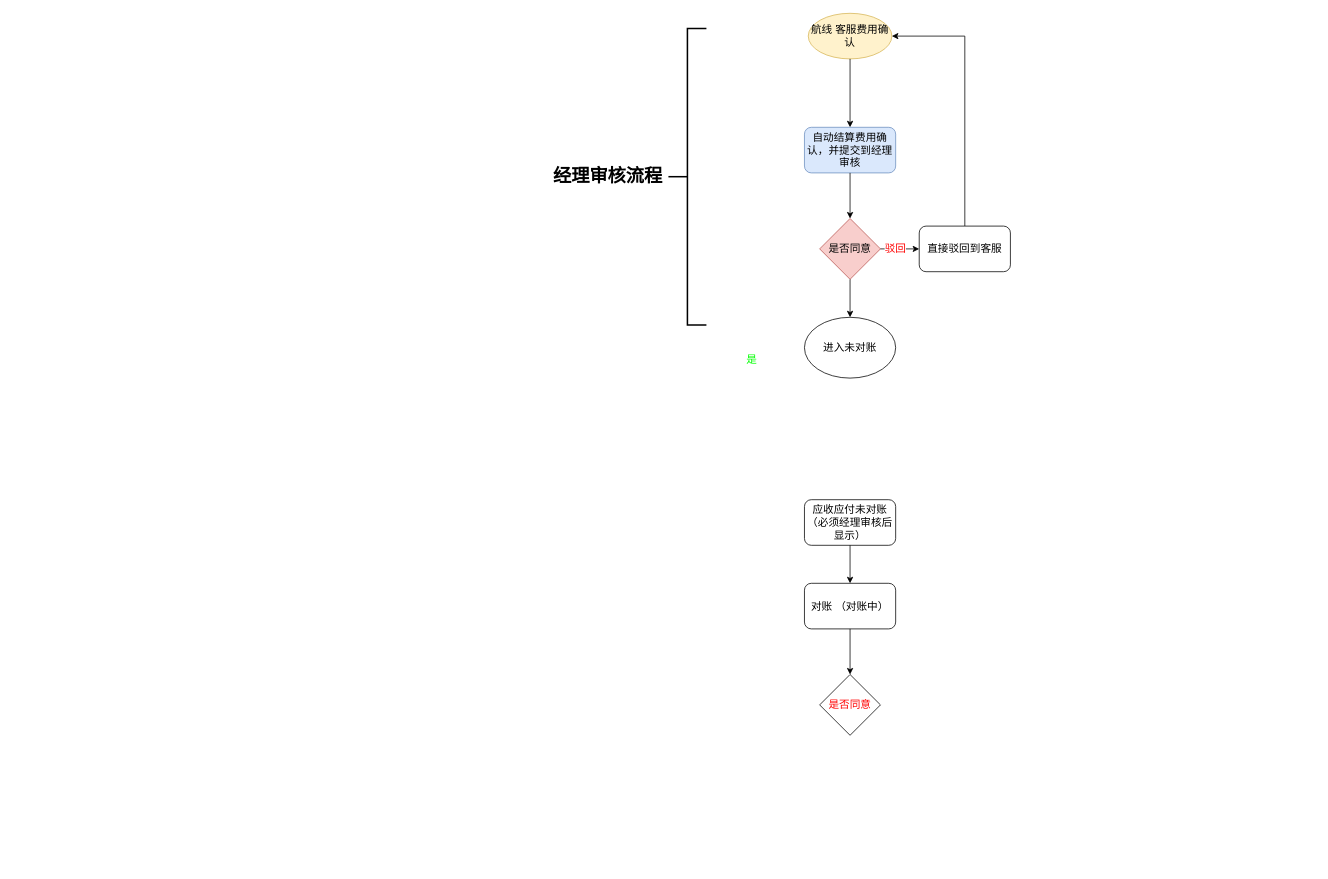
Before: 未命名绘图.drawio in DiggingSteve/Flow, a draw.io diagram. Source tidied: cells renumbered, new cells numbered last; positions are measured from the earlier drawing's top-left corner, leaving out a move shared by most shapes. Both pictures are drawn from the tidied source at 76%, with x=0, y=0 at pixel (569, 13).
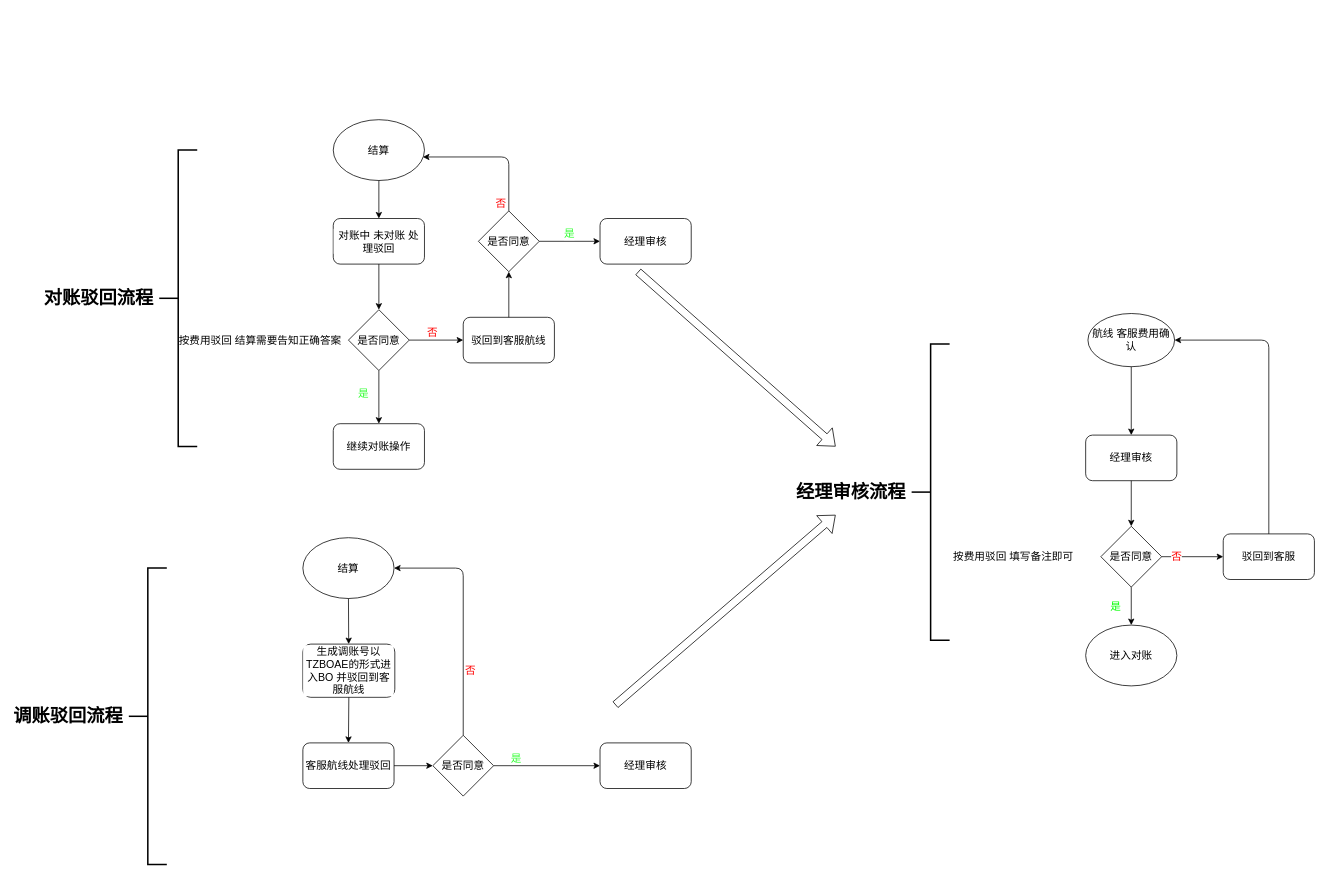
The same page after the edit.

Commit message:
更新未命名绘图.drawio

The edit, as a diff of the source:
```diff
@@
-    <mxCell id="2" value="航线 客服费用确认" style="ellipse;whiteSpace=wrap;html=1;fillColor=#fff2cc;strokeColor=#d6b656;fontSize=14;" parent="1" vertex="1">
-      <mxGeometry x="314" width="110" height="60" as="geometry" />
+    <mxCell id="2" value="航线 客服费用确认" style="ellipse;whiteSpace=wrap;html=1;fontSize=14;fillColor=none;" parent="1" vertex="1">
+      <mxGeometry x="682" y="395" width="114" height="70" as="geometry" />
     </mxCell>
@@
-    <mxCell id="4" value="应收应付未对账（必须经理审核后显示）" style="rounded=1;whiteSpace=wrap;html=1;fontSize=14;" parent="1" vertex="1">
-      <mxGeometry x="309" y="640" width="120" height="60" as="geometry" />
-    </mxCell>
-    <mxCell id="5" value="&lt;span style=&quot;font-size: 14px;&quot;&gt;自动结算费用确认，并提交到经理审核&lt;/span&gt;" style="rounded=1;whiteSpace=wrap;html=1;fillColor=#dae8fc;strokeColor=#6c8ebf;fontSize=14;" parent="1" vertex="1">
-      <mxGeometry x="309" y="150" width="120" height="60" as="geometry" />
+    <mxCell id="5" value="经理审核" style="rounded=1;whiteSpace=wrap;html=1;fontSize=14;fillColor=none;" parent="1" vertex="1">
+      <mxGeometry x="679" y="555" width="120" height="60" as="geometry" />
     </mxCell>
-    <mxCell id="6" value="是否同意" style="rhombus;whiteSpace=wrap;html=1;fillColor=#f8cecc;strokeColor=#b85450;fontSize=14;" parent="1" vertex="1">
-      <mxGeometry x="329" y="270" width="80" height="80" as="geometry" />
+    <mxCell id="6" value="是否同意" style="rhombus;whiteSpace=wrap;html=1;fontSize=14;" parent="1" vertex="1">
+      <mxGeometry x="699" y="675" width="80" height="80" as="geometry" />
     </mxCell>
     <mxCell id="7" value="是" style="text;html=1;strokeColor=none;fillColor=none;align=center;verticalAlign=middle;whiteSpace=wrap;rounded=0;labelBackgroundColor=#ffffff;fontSize=14;fontColor=#00FF00;" parent="1" vertex="1">
-      <mxGeometry x="190" y="420" width="100" height="70" as="geometry" />
+      <mxGeometry x="669" y="745" width="100" height="70" as="geometry" />
     </mxCell>
@@
-    <mxCell id="9" style="edgeStyle=orthogonalEdgeStyle;rounded=0;jettySize=auto;html=1;fontSize=14;fontColor=#FF0000;entryX=1;entryY=0.5;entryDx=0;entryDy=0;" parent="1" edge="1" source="10" target="2">
-      <mxGeometry relative="1" as="geometry">
-        <Array as="points">
-          <mxPoint x="520" y="30" />
-        </Array>
-      </mxGeometry>
-    </mxCell>
-    <mxCell id="10" value="&lt;font color=&quot;#000000&quot;&gt;直接驳回到客服&lt;/font&gt;" style="rounded=1;whiteSpace=wrap;html=1;labelBackgroundColor=#ffffff;fontSize=14;fontColor=#00FF00;" parent="1" vertex="1">
-      <mxGeometry x="460" y="280" width="120" height="60" as="geometry" />
+    <mxCell id="10" value="&lt;font color=&quot;#000000&quot;&gt;驳回到客服&lt;/font&gt;" style="rounded=1;whiteSpace=wrap;html=1;labelBackgroundColor=#ffffff;fontSize=14;fontColor=#00FF00;" parent="1" vertex="1">
+      <mxGeometry x="860" y="685" width="120" height="60" as="geometry" />
     </mxCell>
@@
-    <mxCell id="12" value="驳回" style="text;html=1;strokeColor=none;fillColor=none;align=center;verticalAlign=middle;whiteSpace=wrap;rounded=0;labelBackgroundColor=#ffffff;fontSize=14;fontColor=#FF0000;" parent="1" vertex="1">
-      <mxGeometry x="409" y="300" width="40" height="20" as="geometry" />
+    <mxCell id="12" value="否" style="text;html=1;strokeColor=none;fillColor=none;align=center;verticalAlign=middle;whiteSpace=wrap;rounded=0;labelBackgroundColor=#ffffff;fontSize=14;fontColor=#FF0000;" parent="1" vertex="1">
+      <mxGeometry x="779" y="705" width="40" height="20" as="geometry" />
     </mxCell>
     <mxCell id="13" style="strokeWidth=2;html=1;shape=mxgraph.flowchart.annotation_2;align=left;labelPosition=right;labelBackgroundColor=#ffffff;fontSize=14;fontColor=#FF0000;" parent="1" vertex="1">
-      <mxGeometry x="130" y="20" width="50" height="390" as="geometry" />
+      <mxGeometry x="450" y="435" width="50" height="390" as="geometry" />
     </mxCell>
     <mxCell id="14" value="经理审核流程" style="text;strokeColor=none;fillColor=none;html=1;fontSize=24;fontStyle=1;verticalAlign=middle;align=center;labelBackgroundColor=#ffffff;" parent="1" vertex="1">
-      <mxGeometry y="195" width="100" height="40" as="geometry" />
+      <mxGeometry x="320" y="610" width="100" height="40" as="geometry" />
     </mxCell>
-    <mxCell id="15" value="&lt;font color=&quot;#000000&quot;&gt;对账 （对账中）&lt;/font&gt;" style="rounded=1;whiteSpace=wrap;html=1;labelBackgroundColor=#ffffff;fontSize=14;fontColor=#FF0000;" parent="1" vertex="1">
-      <mxGeometry x="309" y="750" width="120" height="60" as="geometry" />
+    <mxCell id="15" value="&lt;font color=&quot;#000000&quot;&gt;对账中 未对账 处理驳回&lt;/font&gt;" style="rounded=1;whiteSpace=wrap;html=1;labelBackgroundColor=#ffffff;fontSize=14;fontColor=#FF0000;" parent="1" vertex="1">
+      <mxGeometry x="-311" y="270" width="120" height="60" as="geometry" />
     </mxCell>
-    <mxCell id="16" value="是否同意" style="rhombus;whiteSpace=wrap;html=1;labelBackgroundColor=#ffffff;fontSize=14;fontColor=#FF0000;" parent="1" vertex="1">
-      <mxGeometry x="329" y="870" width="80" height="80" as="geometry" />
+    <mxCell id="16" value="&lt;font color=&quot;#000000&quot;&gt;是否同意&lt;/font&gt;" style="rhombus;whiteSpace=wrap;html=1;labelBackgroundColor=#ffffff;fontSize=14;fontColor=#FF0000;" parent="1" vertex="1">
+      <mxGeometry x="-291" y="390" width="80" height="80" as="geometry" />
     </mxCell>
-    <mxCell id="17" style="endArrow=classic;html=1;fontSize=14;fontColor=#FF0000;exitX=0.5;exitY=1;exitDx=0;exitDy=0;" parent="1" edge="1" source="4" target="15">
-      <mxGeometry relative="1" as="geometry" />
-    </mxCell>
@@
     <mxCell id="19" style="endArrow=classic;html=1;fontSize=14;fontColor=#FF0000;exitX=0.5;exitY=1;exitDx=0;exitDy=0;" parent="1" edge="1" source="6">
       <mxGeometry relative="1" as="geometry">
-        <mxPoint x="369" y="400" as="targetPoint" />
+        <mxPoint x="739" y="805" as="targetPoint" />
       </mxGeometry>
     </mxCell>
-    <mxCell id="20" value="&lt;font color=&quot;#000000&quot;&gt;进入未对账&lt;/font&gt;" style="ellipse;whiteSpace=wrap;html=1;labelBackgroundColor=#ffffff;fontSize=14;fontColor=#FF0000;" parent="1" vertex="1">
-      <mxGeometry x="309" y="400" width="120" height="80" as="geometry" />
+    <mxCell id="20" value="&lt;font color=&quot;#000000&quot;&gt;进入对账&lt;/font&gt;" style="ellipse;whiteSpace=wrap;html=1;labelBackgroundColor=#ffffff;fontSize=14;fontColor=#FF0000;" parent="1" vertex="1">
+      <mxGeometry x="679" y="805" width="120" height="80" as="geometry" />
     </mxCell>
+    <mxCell id="21" style="endArrow=classic;html=1;fontSize=14;fontColor=#FF0000;exitX=0.5;exitY=1;exitDx=0;exitDy=0;" parent="1" edge="1" source="16">
+      <mxGeometry relative="1" as="geometry">
+        <mxPoint x="-251" y="540" as="targetPoint" />
+      </mxGeometry>
+    </mxCell>
+    <mxCell id="22" style="endArrow=classic;html=1;fontSize=14;fontColor=#FF0000;exitX=1;exitY=0.5;exitDx=0;exitDy=0;" parent="1" edge="1" source="16">
+      <mxGeometry relative="1" as="geometry">
+        <mxPoint x="-140" y="430" as="targetPoint" />
+      </mxGeometry>
+    </mxCell>
+    <mxCell id="23" value="否" style="text;html=1;strokeColor=none;fillColor=none;align=center;verticalAlign=middle;whiteSpace=wrap;rounded=0;labelBackgroundColor=#ffffff;fontSize=14;fontColor=#FF0000;" parent="1" vertex="1">
+      <mxGeometry x="-200" y="410" width="40" height="20" as="geometry" />
+    </mxCell>
+    <mxCell id="24" value="&lt;font color=&quot;#33ff33&quot;&gt;是&lt;/font&gt;" style="text;html=1;strokeColor=none;fillColor=none;align=center;verticalAlign=middle;whiteSpace=wrap;rounded=0;labelBackgroundColor=#ffffff;fontSize=14;fontColor=#FF0000;" parent="1" vertex="1">
+      <mxGeometry x="-291" y="490" width="40" height="20" as="geometry" />
+    </mxCell>
+    <mxCell id="25" value="&lt;font color=&quot;#000000&quot;&gt;继续对账操作&lt;/font&gt;" style="rounded=1;whiteSpace=wrap;html=1;labelBackgroundColor=#ffffff;fontSize=14;fontColor=#FF0000;" parent="1" vertex="1">
+      <mxGeometry x="-311" y="540" width="120" height="60" as="geometry" />
+    </mxCell>
+    <mxCell id="26" value="&lt;font color=&quot;#000000&quot;&gt;驳回到客服航线&lt;/font&gt;" style="rounded=1;whiteSpace=wrap;html=1;labelBackgroundColor=#ffffff;fontSize=14;fontColor=#FF0000;" parent="1" vertex="1">
+      <mxGeometry x="-140" y="400" width="120" height="60" as="geometry" />
+    </mxCell>
+    <mxCell id="27" value="经理审核" style="rounded=1;whiteSpace=wrap;html=1;labelBackgroundColor=#ffffff;fontSize=14;" parent="1" vertex="1">
+      <mxGeometry x="40" y="270" width="120" height="60" as="geometry" />
+    </mxCell>
+    <mxCell id="28" value="是否同意" style="rhombus;whiteSpace=wrap;html=1;labelBackgroundColor=#ffffff;fontSize=14;" parent="1" vertex="1">
+      <mxGeometry x="-120" y="260" width="80" height="80" as="geometry" />
+    </mxCell>
+    <mxCell id="29" style="endArrow=classic;html=1;fontSize=14;fontColor=#FF0000;exitX=0.5;exitY=0;exitDx=0;exitDy=0;entryX=0.5;entryY=1;entryDx=0;entryDy=0;" parent="1" edge="1" source="26" target="28">
+      <mxGeometry relative="1" as="geometry" />
+    </mxCell>
+    <mxCell id="30" style="endArrow=classic;html=1;fontSize=14;fontColor=#FF0000;entryX=0.983;entryY=0.613;entryDx=0;entryDy=0;entryPerimeter=0;exitX=0.5;exitY=0;exitDx=0;exitDy=0;" parent="1" edge="1" source="28" target="32">
+      <mxGeometry relative="1" as="geometry">
+        <Array as="points">
+          <mxPoint x="-80" y="189" />
+        </Array>
+      </mxGeometry>
+    </mxCell>
+    <mxCell id="31" value="否" style="text;html=1;strokeColor=none;fillColor=none;align=center;verticalAlign=middle;whiteSpace=wrap;rounded=0;labelBackgroundColor=#ffffff;fontSize=14;fontColor=#FF0000;" parent="1" vertex="1">
+      <mxGeometry x="-110" y="240" width="40" height="20" as="geometry" />
+    </mxCell>
+    <mxCell id="32" value="结算" style="ellipse;whiteSpace=wrap;html=1;labelBackgroundColor=#ffffff;fontSize=14;" parent="1" vertex="1">
+      <mxGeometry x="-311" y="140" width="120" height="80" as="geometry" />
+    </mxCell>
+    <mxCell id="33" style="endArrow=classic;html=1;fontSize=14;fontColor=#FF0000;exitX=0.5;exitY=1;exitDx=0;exitDy=0;" parent="1" edge="1" source="32" target="15">
+      <mxGeometry relative="1" as="geometry" />
+    </mxCell>
+    <mxCell id="34" style="endArrow=classic;html=1;fontSize=14;fontColor=#000000;entryX=0;entryY=0.5;entryDx=0;entryDy=0;exitX=1;exitY=0.5;exitDx=0;exitDy=0;" parent="1" edge="1" source="28" target="27">
+      <mxGeometry relative="1" as="geometry" />
+    </mxCell>
+    <mxCell id="35" value="&lt;font color=&quot;#33ff33&quot;&gt;是&lt;/font&gt;" style="text;html=1;strokeColor=none;fillColor=none;align=center;verticalAlign=middle;whiteSpace=wrap;rounded=0;labelBackgroundColor=#ffffff;fontSize=14;fontColor=#FF0000;" parent="1" vertex="1">
+      <mxGeometry x="-20" y="280" width="40" height="20" as="geometry" />
+    </mxCell>
+    <mxCell id="36" value="按费用驳回 结算需要告知正确答案" style="text;html=1;strokeColor=none;fillColor=none;align=center;verticalAlign=middle;whiteSpace=wrap;rounded=0;labelBackgroundColor=#ffffff;fontSize=14;" parent="1" vertex="1">
+      <mxGeometry x="-522" y="420" width="230" height="20" as="geometry" />
+    </mxCell>
+    <mxCell id="37" style="strokeWidth=2;html=1;shape=mxgraph.flowchart.annotation_2;align=left;labelPosition=right;labelBackgroundColor=#ffffff;fontSize=14;fontColor=#FF0000;" parent="1" vertex="1">
+      <mxGeometry x="-540" y="180" width="50" height="390" as="geometry" />
+    </mxCell>
+    <mxCell id="38" value="对账驳回流程" style="text;strokeColor=none;fillColor=none;html=1;fontSize=24;fontStyle=1;verticalAlign=middle;align=center;labelBackgroundColor=#ffffff;" parent="1" vertex="1">
+      <mxGeometry x="-670" y="355" width="100" height="40" as="geometry" />
+    </mxCell>
+    <mxCell id="39" style="endArrow=classic;html=1;fontSize=14;fontColor=#000000;entryX=1;entryY=0.5;entryDx=0;entryDy=0;" parent="1" edge="1" target="2">
+      <mxGeometry relative="1" as="geometry">
+        <mxPoint x="920" y="685" as="sourcePoint" />
+        <Array as="points">
+          <mxPoint x="920" y="430" />
+        </Array>
+      </mxGeometry>
+    </mxCell>
+    <mxCell id="40" value="按费用驳回 填写备注即可" style="text;html=1;strokeColor=none;fillColor=none;align=center;verticalAlign=middle;whiteSpace=wrap;rounded=0;labelBackgroundColor=#ffffff;fontSize=14;" parent="1" vertex="1">
+      <mxGeometry x="469" y="705" width="230" height="20" as="geometry" />
+    </mxCell>
+    <mxCell id="41" value="&lt;font color=&quot;#000000&quot;&gt;生成调账号以TZBOAE的形式进入BO 并驳回到客服航线&lt;/font&gt;" style="rounded=1;whiteSpace=wrap;html=1;labelBackgroundColor=#ffffff;fontSize=14;fontColor=#FF0000;" parent="1" vertex="1">
+      <mxGeometry x="-351" y="830" width="121" height="70" as="geometry" />
+    </mxCell>
+    <mxCell id="42" value="经理审核" style="rounded=1;whiteSpace=wrap;html=1;labelBackgroundColor=#ffffff;fontSize=14;" parent="1" vertex="1">
+      <mxGeometry x="40" y="960" width="120" height="60" as="geometry" />
+    </mxCell>
+    <mxCell id="43" value="结算" style="ellipse;whiteSpace=wrap;html=1;labelBackgroundColor=#ffffff;fontSize=14;" parent="1" vertex="1">
+      <mxGeometry x="-351" y="690" width="120" height="80" as="geometry" />
+    </mxCell>
+    <mxCell id="44" style="endArrow=classic;html=1;fontSize=14;fontColor=#FF0000;exitX=0.5;exitY=1;exitDx=0;exitDy=0;" parent="1" edge="1" source="43" target="41">
+      <mxGeometry relative="1" as="geometry" />
+    </mxCell>
+    <mxCell id="45" style="strokeWidth=2;html=1;shape=mxgraph.flowchart.annotation_2;align=left;labelPosition=right;labelBackgroundColor=#ffffff;fontSize=14;fontColor=#FF0000;" parent="1" vertex="1">
+      <mxGeometry x="-580" y="730" width="50" height="390" as="geometry" />
+    </mxCell>
+    <mxCell id="46" value="调账驳回流程" style="text;strokeColor=none;fillColor=none;html=1;fontSize=24;fontStyle=1;verticalAlign=middle;align=center;labelBackgroundColor=#ffffff;" parent="1" vertex="1">
+      <mxGeometry x="-710" y="905" width="100" height="40" as="geometry" />
+    </mxCell>
+    <mxCell id="47" value="是否同意" style="rhombus;whiteSpace=wrap;html=1;labelBackgroundColor=#ffffff;strokeColor=#000000;fillColor=#ffffff;fontSize=14;fontColor=#000000;" parent="1" vertex="1">
+      <mxGeometry x="-180" y="950" width="80" height="80" as="geometry" />
+    </mxCell>
+    <mxCell id="48" style="endArrow=classic;html=1;fontSize=14;fontColor=#000000;exitX=0.5;exitY=1;exitDx=0;exitDy=0;entryX=0.5;entryY=0;entryDx=0;entryDy=0;" parent="1" edge="1" source="41" target="49">
+      <mxGeometry relative="1" as="geometry" />
+    </mxCell>
+    <mxCell id="49" value="客服航线处理驳回" style="rounded=1;whiteSpace=wrap;html=1;labelBackgroundColor=#ffffff;strokeColor=#000000;fillColor=#ffffff;fontSize=14;fontColor=#000000;" parent="1" vertex="1">
+      <mxGeometry x="-351" y="960" width="120" height="60" as="geometry" />
+    </mxCell>
+    <mxCell id="50" style="endArrow=classic;html=1;fontSize=14;fontColor=#000000;entryX=0;entryY=0.5;entryDx=0;entryDy=0;exitX=1;exitY=0.5;exitDx=0;exitDy=0;" parent="1" edge="1" source="49" target="47">
+      <mxGeometry relative="1" as="geometry" />
+    </mxCell>
+    <mxCell id="51" style="endArrow=classic;html=1;fontSize=14;fontColor=#000000;entryX=1;entryY=0.5;entryDx=0;entryDy=0;" parent="1" edge="1" target="43">
+      <mxGeometry relative="1" as="geometry">
+        <mxPoint x="-140" y="950" as="sourcePoint" />
+        <Array as="points">
+          <mxPoint x="-140" y="730" />
+        </Array>
+      </mxGeometry>
+    </mxCell>
+    <mxCell id="52" style="endArrow=classic;html=1;fontSize=14;fontColor=#000000;entryX=0;entryY=0.5;entryDx=0;entryDy=0;" parent="1" edge="1" target="42">
+      <mxGeometry relative="1" as="geometry">
+        <mxPoint x="-100" y="990" as="sourcePoint" />
+      </mxGeometry>
+    </mxCell>
+    <mxCell id="53" value="&lt;font color=&quot;#ff0000&quot;&gt;否&lt;/font&gt;" style="text;html=1;strokeColor=none;fillColor=none;align=center;verticalAlign=middle;whiteSpace=wrap;rounded=0;labelBackgroundColor=#ffffff;fontSize=14;fontColor=#000000;" parent="1" vertex="1">
+      <mxGeometry x="-150" y="855" width="40" height="20" as="geometry" />
+    </mxCell>
+    <mxCell id="54" value="&lt;font color=&quot;#33ff33&quot;&gt;是&lt;/font&gt;" style="text;html=1;strokeColor=none;fillColor=none;align=center;verticalAlign=middle;whiteSpace=wrap;rounded=0;labelBackgroundColor=#ffffff;fontSize=14;fontColor=#FF0000;" parent="1" vertex="1">
+      <mxGeometry x="-90" y="970" width="40" height="20" as="geometry" />
+    </mxCell>
+    <mxCell id="55" style="shape=flexArrow;endArrow=classic;html=1;fontSize=14;fontColor=#000000;" parent="1" edge="1">
+      <mxGeometry relative="1" as="geometry">
+        <mxPoint x="90" y="340" as="sourcePoint" />
+        <mxPoint x="350" y="570" as="targetPoint" />
+      </mxGeometry>
+    </mxCell>
+    <mxCell id="56" style="shape=flexArrow;endArrow=classic;html=1;fontSize=14;fontColor=#000000;" parent="1" edge="1">
+      <mxGeometry relative="1" as="geometry">
+        <mxPoint x="60" y="910" as="sourcePoint" />
+        <mxPoint x="350" y="660" as="targetPoint" />
+      </mxGeometry>
+    </mxCell>
```
